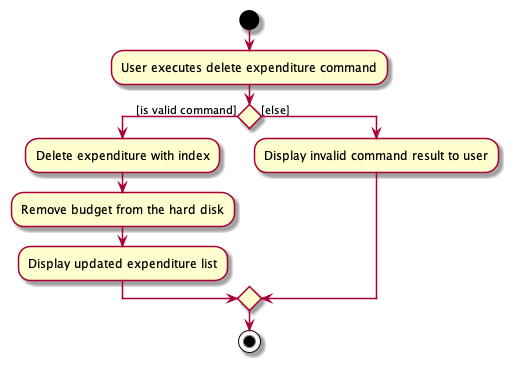
This is docs/diagrams/commandsPlantUML/diagram/DeleteExpenditureActivityDiagram.png from yu-ming-chen/tp, a PlantUML export, as it was before one commit.
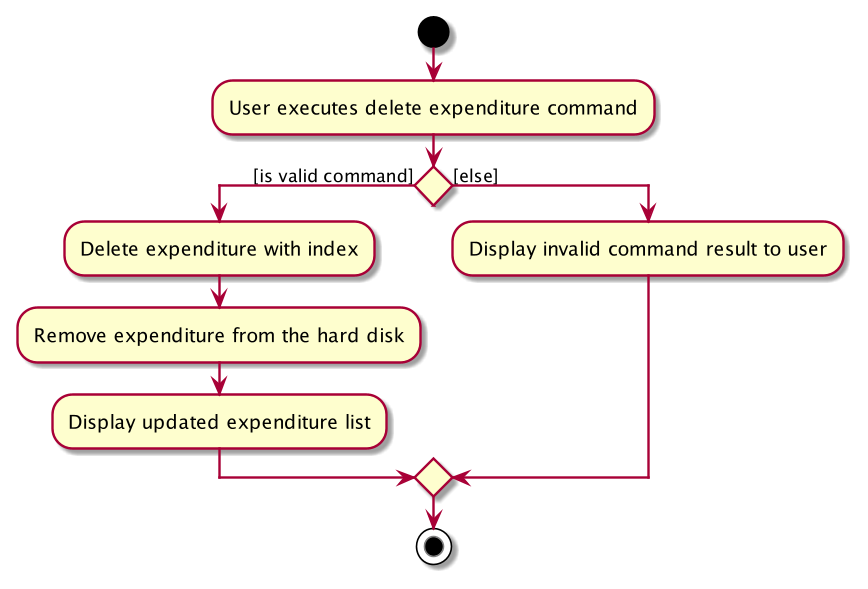
Above is the later version.

Change to the diagram source:
```diff
@@ -3,7 +3,7 @@
 :User executes delete expenditure command;
 if() then ([is valid command])
     :Delete expenditure with index;
-    :Remove budget from the hard disk;
+    :Remove expenditure from the hard disk;
     :Display updated expenditure list;
 else ([else])
     :Display invalid command result to user;
```
